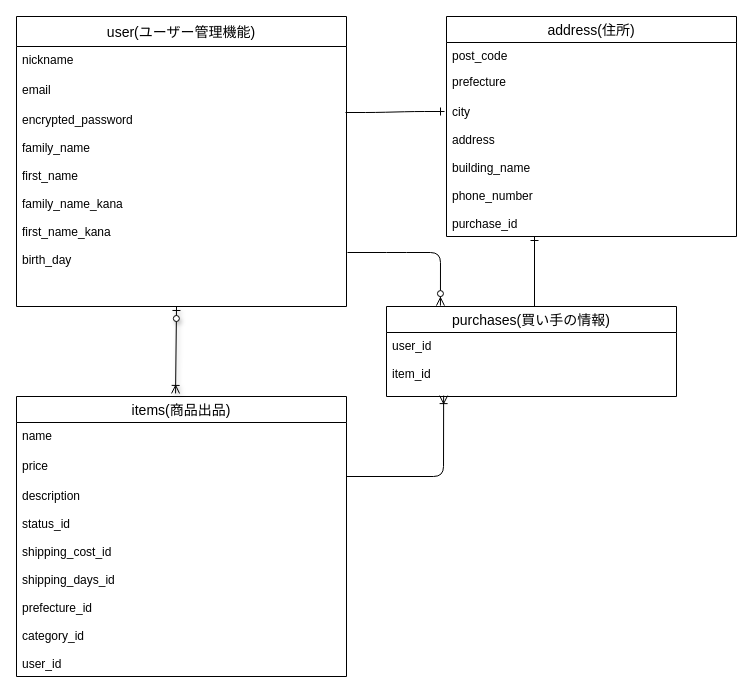
sakaiyuji3862/furima-32602 keeps this draw.io diagram as ER.dio. Above is the earlier version. Source tidied: cells renumbered, new cells numbered last; positions are measured from the earlier drawing's top-left corner, leaving out a move shared by most shapes. Both pictures are drawn from the tidied source at 100%, with x=0, y=0 at pixel (16, 16).
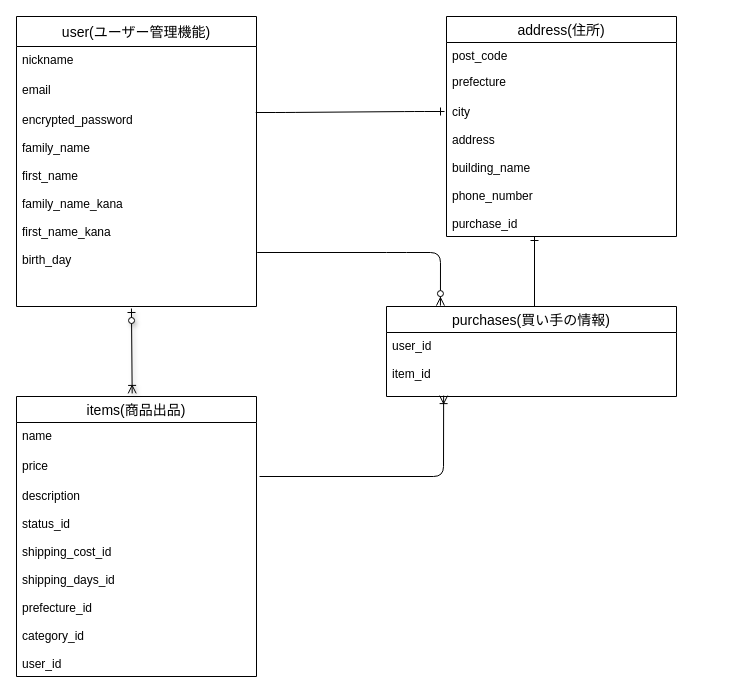
The same page after the edit.

The change refers to these unchanged cells:
```xml
<mxCell id="12" value="user_id&#10;&#10;item_id&#10;" style="text;strokeColor=none;fillColor=none;spacingLeft=4;spacingRight=4;overflow=hidden;points=[[0,0.5],[1,0.5]];portConstraint=eastwest;fontSize=12;" parent="11" vertex="1">
  <mxGeometry y="26" width="290" height="64" as="geometry" />
</mxCell>
```

What changed in the source:
```diff
@@
     <mxCell id="2" value="user(ユーザー管理機能)" style="swimlane;fontStyle=0;horizontal=1;startSize=30;align=center;fontSize=14;" parent="1" vertex="1">
-      <mxGeometry width="330" height="290" as="geometry" />
+      <mxGeometry width="240" height="290" as="geometry" />
     </mxCell>
     <mxCell id="3" value="nickname" style="text;strokeColor=none;fillColor=none;spacingLeft=4;spacingRight=4;overflow=hidden;fontSize=12;" parent="2" vertex="1">
-      <mxGeometry y="30" width="330" height="30" as="geometry" />
+      <mxGeometry y="30" width="240" height="30" as="geometry" />
     </mxCell>
     <mxCell id="4" value="email" style="text;strokeColor=none;fillColor=none;spacingLeft=4;spacingRight=4;overflow=hidden;fontSize=12;" parent="2" vertex="1">
-      <mxGeometry y="60" width="330" height="30" as="geometry" />
+      <mxGeometry y="60" width="240" height="30" as="geometry" />
     </mxCell>
     <mxCell id="5" value="encrypted_password&#10; &#10;family_name&#10;&#10;first_name&#10;&#10;family_name_kana&#10;&#10;first_name_kana&#10;&#10;birth_day&#10;&#10;&#10;" style="text;strokeColor=none;fillColor=none;spacingLeft=4;spacingRight=4;overflow=hidden;points=[[0,0.5],[1,0.5]];portConstraint=eastwest;fontSize=12;" parent="2" vertex="1">
-      <mxGeometry y="90" width="330" height="200" as="geometry" />
+      <mxGeometry y="90" width="240" height="200" as="geometry" />
     </mxCell>
     <mxCell id="6" value="items(商品出品)" style="swimlane;fontStyle=0;horizontal=1;startSize=26;align=center;fontSize=14;" parent="1" vertex="1">
-      <mxGeometry y="380" width="330" height="280" as="geometry" />
+      <mxGeometry y="380" width="240" height="280" as="geometry" />
     </mxCell>
     <mxCell id="7" value="name" style="text;strokeColor=none;fillColor=none;spacingLeft=4;spacingRight=4;overflow=hidden;fontSize=12;" parent="6" vertex="1">
-      <mxGeometry y="26" width="330" height="30" as="geometry" />
+      <mxGeometry y="26" width="240" height="30" as="geometry" />
     </mxCell>
     <mxCell id="8" value="price" style="text;strokeColor=none;fillColor=none;spacingLeft=4;spacingRight=4;overflow=hidden;fontSize=12;" parent="6" vertex="1">
-      <mxGeometry y="56" width="330" height="30" as="geometry" />
+      <mxGeometry y="56" width="240" height="30" as="geometry" />
     </mxCell>
     <mxCell id="9" value="description&#10;&#10;status_id&#10;&#10;shipping_cost_id&#10;&#10;shipping_days_id&#10;&#10;prefecture_id&#10;&#10;category_id&#10;&#10;user_id" style="text;strokeColor=none;fillColor=none;spacingLeft=4;spacingRight=4;overflow=hidden;fontSize=12;" parent="6" vertex="1">
-      <mxGeometry y="86" width="330" height="194" as="geometry" />
+      <mxGeometry y="86" width="240" height="194" as="geometry" />
     </mxCell>
-    <mxCell id="10" style="fontSize=12;html=1;endArrow=ERoneToMany;startArrow=ERzeroToOne;shadow=1;entryX=0.482;entryY=-0.011;entryDx=0;entryDy=0;entryPerimeter=0;" parent="1" edge="1" target="6">
-      <mxGeometry relative="1" as="geometry">
-        <mxPoint x="160" y="290" as="sourcePoint" />
-      </mxGeometry>
+    <mxCell id="10" style="fontSize=12;html=1;endArrow=ERoneToMany;startArrow=ERzeroToOne;shadow=1;entryX=0.482;entryY=-0.011;entryDx=0;entryDy=0;entryPerimeter=0;exitX=0.479;exitY=1.01;exitDx=0;exitDy=0;exitPerimeter=0;" parent="1" edge="1" source="5" target="6">
+      <mxGeometry relative="1" as="geometry" />
     </mxCell>
@@
     <mxCell id="13" value="address(住所)" style="swimlane;fontStyle=0;horizontal=1;startSize=26;align=center;fontSize=14;" parent="1" vertex="1">
-      <mxGeometry x="430" width="290" height="220" as="geometry" />
+      <mxGeometry x="430" width="230" height="220" as="geometry" />
     </mxCell>
     <mxCell id="14" value="post_code" style="text;strokeColor=none;fillColor=none;spacingLeft=4;spacingRight=4;overflow=hidden;fontSize=12;" parent="13" vertex="1">
-      <mxGeometry y="26" width="290" height="26" as="geometry" />
+      <mxGeometry y="26" width="230" height="26" as="geometry" />
     </mxCell>
     <mxCell id="15" value="prefecture" style="text;strokeColor=none;fillColor=none;spacingLeft=4;spacingRight=4;overflow=hidden;fontSize=12;" parent="13" vertex="1">
-      <mxGeometry y="52" width="290" height="30" as="geometry" />
+      <mxGeometry y="52" width="230" height="30" as="geometry" />
     </mxCell>
     <mxCell id="16" value="city&#10;&#10;address&#10;&#10;building_name&#10;&#10;phone_number&#10;&#10;purchase_id" style="text;strokeColor=none;fillColor=none;spacingLeft=4;spacingRight=4;overflow=hidden;fontSize=12;" parent="13" vertex="1">
-      <mxGeometry y="82" width="290" height="138" as="geometry" />
+      <mxGeometry y="82" width="230" height="138" as="geometry" />
     </mxCell>
@@
     <mxCell id="18" style="fontSize=12;html=1;endArrow=ERoneToMany;entryX=0.197;entryY=0.986;entryDx=0;entryDy=0;entryPerimeter=0;" parent="1" edge="1" target="12">
       <mxGeometry relative="1" as="geometry">
-        <mxPoint x="330" y="460" as="sourcePoint" />
+        <mxPoint x="243" y="460" as="sourcePoint" />
         <Array as="points">
           <mxPoint x="427" y="460" />
         </Array>
       </mxGeometry>
     </mxCell>
```
